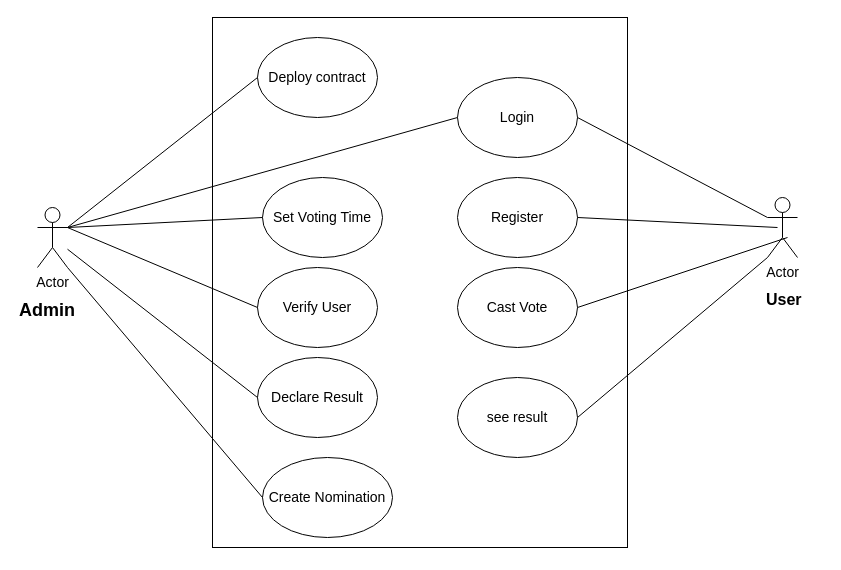
Before: UseCase.drawio in matic14/BLockVote-UML-Diagram, a draw.io diagram. Source tidied: cells renumbered, new cells numbered last; positions are measured from the earlier drawing's top-left corner, leaving out a move shared by most shapes. Both pictures are drawn from the tidied source at 100%, with x=0, y=0 at pixel (17, 17).
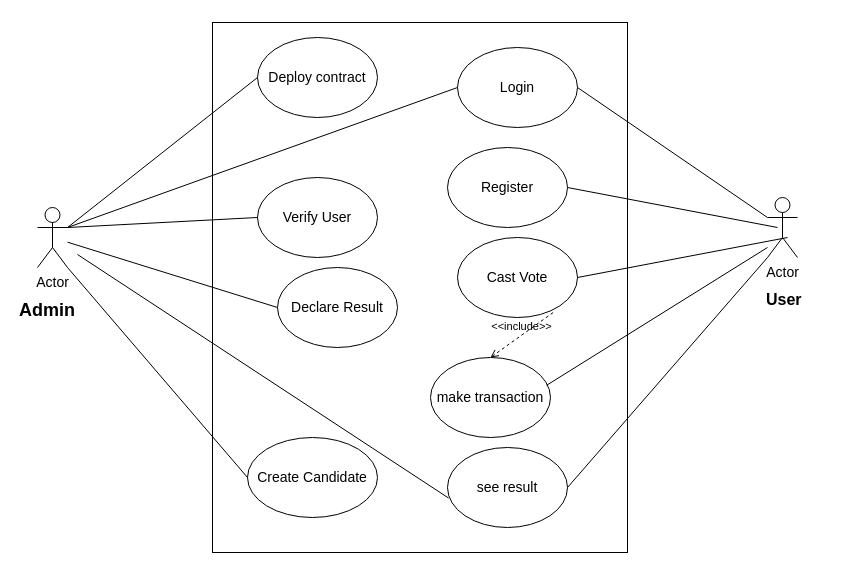
The same diagram, later.

Unchanged cells that the change refers to:
```xml
<mxCell id="3" value="Actor" style="shape=umlActor;verticalLabelPosition=bottom;labelBackgroundColor=#ffffff;verticalAlign=top;html=1;outlineConnect=0;fontSize=14;fontStyle=0;" parent="1" vertex="1">
  <mxGeometry x="20" y="190" width="30" height="60" as="geometry" />
</mxCell>
```

The edit, as a diff of the source:
```diff
@@
     <mxCell id="2" style="rounded=0;whiteSpace=wrap;html=1;fontSize=14;fontStyle=0;" parent="1" vertex="1">
-      <mxGeometry x="195" width="415" height="530" as="geometry" />
+      <mxGeometry x="195" y="5" width="415" height="530" as="geometry" />
     </mxCell>
@@
-    <mxCell id="6" value="Set Voting Time" style="ellipse;whiteSpace=wrap;html=1;fontSize=14;" parent="1" vertex="1">
-      <mxGeometry x="245" y="160" width="120" height="80" as="geometry" />
-    </mxCell>
     <mxCell id="7" value="Verify User" style="ellipse;whiteSpace=wrap;html=1;fontSize=14;" parent="1" vertex="1">
-      <mxGeometry x="240" y="250" width="120" height="80" as="geometry" />
+      <mxGeometry x="240" y="160" width="120" height="80" as="geometry" />
     </mxCell>
     <mxCell id="8" value="Declare Result" style="ellipse;whiteSpace=wrap;html=1;fontSize=14;" parent="1" vertex="1">
-      <mxGeometry x="240" y="340" width="120" height="80" as="geometry" />
+      <mxGeometry x="260" y="250" width="120" height="80" as="geometry" />
     </mxCell>
-    <mxCell id="9" value="Create Nomination" style="ellipse;whiteSpace=wrap;html=1;fontSize=14;" parent="1" vertex="1">
-      <mxGeometry x="245" y="440" width="130" height="80" as="geometry" />
+    <mxCell id="9" value="Create Candidate" style="ellipse;whiteSpace=wrap;html=1;fontSize=14;" parent="1" vertex="1">
+      <mxGeometry x="230" y="420" width="130" height="80" as="geometry" />
     </mxCell>
     <mxCell id="10" value="Login" style="ellipse;whiteSpace=wrap;html=1;fontSize=14;" parent="1" vertex="1">
-      <mxGeometry x="440" y="60" width="120" height="80" as="geometry" />
+      <mxGeometry x="440" y="30" width="120" height="80" as="geometry" />
     </mxCell>
     <mxCell id="11" value="Register" style="ellipse;whiteSpace=wrap;html=1;fontSize=14;" parent="1" vertex="1">
-      <mxGeometry x="440" y="160" width="120" height="80" as="geometry" />
+      <mxGeometry x="430" y="130" width="120" height="80" as="geometry" />
     </mxCell>
     <mxCell id="12" value="Cast Vote" style="ellipse;whiteSpace=wrap;html=1;fontSize=14;" parent="1" vertex="1">
-      <mxGeometry x="440" y="250" width="120" height="80" as="geometry" />
+      <mxGeometry x="440" y="220" width="120" height="80" as="geometry" />
     </mxCell>
     <mxCell id="13" value="see result" style="ellipse;whiteSpace=wrap;html=1;fontSize=14;" parent="1" vertex="1">
-      <mxGeometry x="440" y="360" width="120" height="80" as="geometry" />
+      <mxGeometry x="430" y="430" width="120" height="80" as="geometry" />
     </mxCell>
@@
-    <mxCell id="17" style="endArrow=none;html=1;fontSize=16;exitX=1;exitY=0.3333333333333333;exitDx=0;exitDy=0;exitPerimeter=0;entryX=0;entryY=0.5;entryDx=0;entryDy=0;" parent="1" edge="1" source="3" target="6">
-      <mxGeometry relative="1" as="geometry" />
-    </mxCell>
@@
+    <mxCell id="26" style="endArrow=none;html=1;fontSize=16;entryX=0.009;entryY=0.632;entryDx=0;entryDy=0;entryPerimeter=0;" parent="1" edge="1" target="13">
+      <mxGeometry relative="1" as="geometry">
+        <mxPoint x="60" y="237" as="sourcePoint" />
+      </mxGeometry>
+    </mxCell>
+    <mxCell id="27" value="&lt;font style=&quot;font-size: 14px&quot;&gt;make transaction&lt;/font&gt;" style="ellipse;whiteSpace=wrap;html=1;" parent="1" vertex="1">
+      <mxGeometry x="413" y="340" width="120" height="80" as="geometry" />
+    </mxCell>
+    <mxCell id="28" value="&amp;lt;&amp;lt;include&amp;gt;&amp;gt;" style="edgeStyle=none;html=1;endArrow=open;verticalAlign=bottom;dashed=1;labelBackgroundColor=none;entryX=0.5;entryY=0;entryDx=0;entryDy=0;exitX=0.797;exitY=0.938;exitDx=0;exitDy=0;exitPerimeter=0;" parent="1" edge="1" source="12" target="27">
+      <mxGeometry relative="1" as="geometry" />
+    </mxCell>
+    <mxCell id="29" style="endArrow=none;html=1;fontSize=16;exitX=0.968;exitY=0.347;exitDx=0;exitDy=0;exitPerimeter=0;" parent="1" edge="1" source="27">
+      <mxGeometry relative="1" as="geometry">
+        <mxPoint x="750" y="230" as="targetPoint" />
+      </mxGeometry>
+    </mxCell>
```
